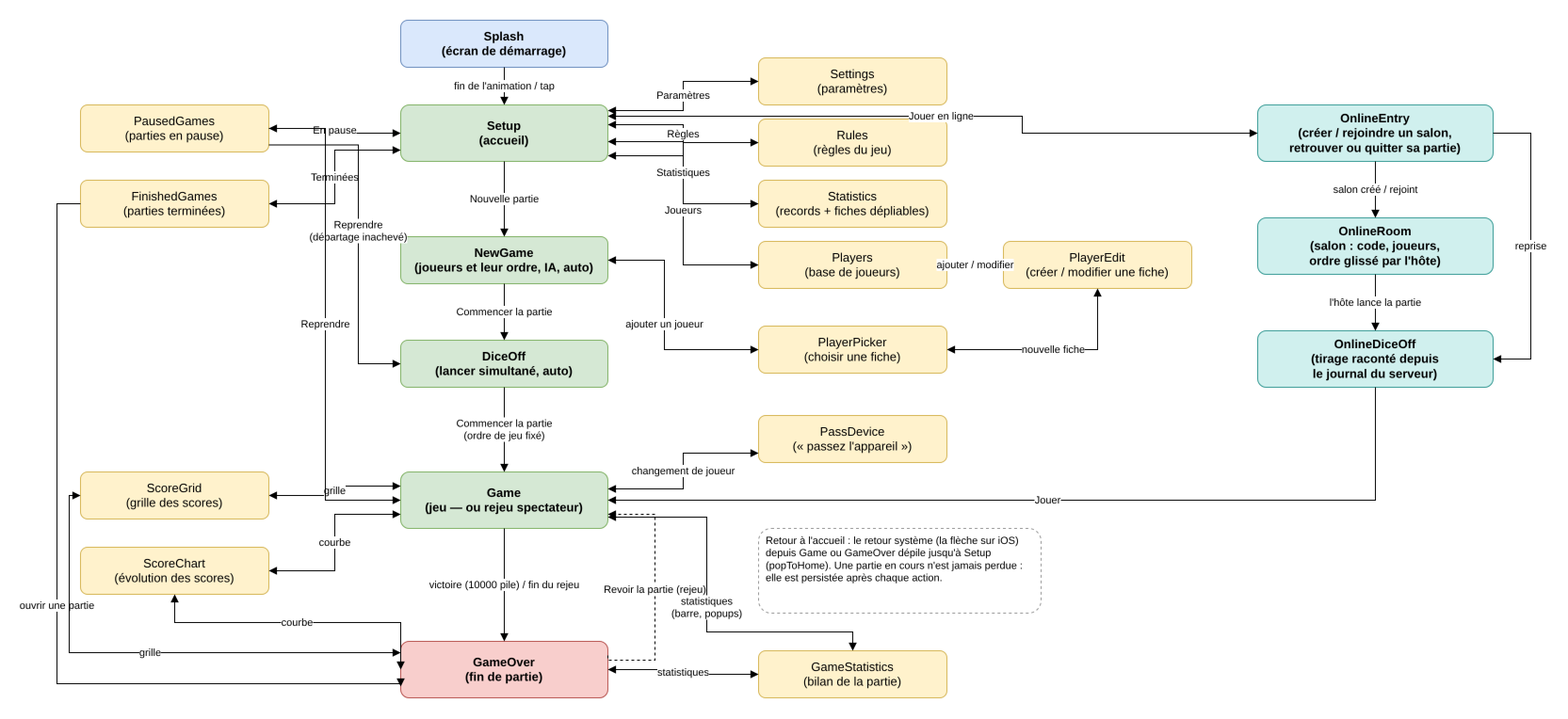
This is docs/screen-flow.png from microscotch/tenk, a draw.io export, as it was before one commit. Source tidied: cells renumbered, new cells last; positions are measured from the earlier drawing's top-left corner, leaving out a move shared by most shapes.
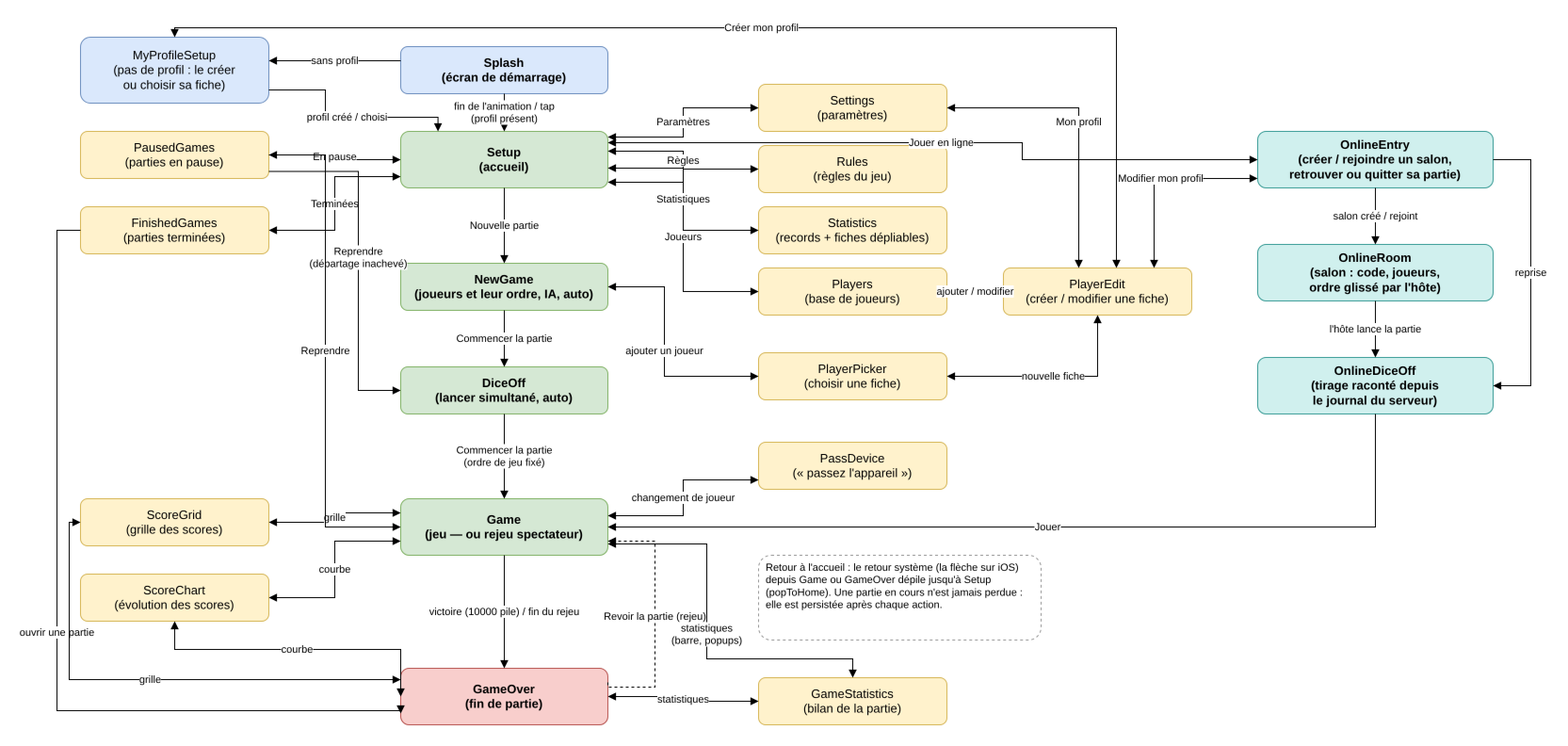
After the change.

Change to the diagram source:
```diff
@@ -59,7 +59,7 @@
     <mxCell id="20" value="Retour à l'accueil : le retour système (la flèche sur iOS) depuis Game ou GameOver dépile jusqu'à Setup (popToHome). Une partie en cours n'est jamais perdue : elle est persistée après chaque action." style="rounded=1;whiteSpace=wrap;html=1;fillColor=#ffffff;strokeColor=#999999;fontSize=11;align=left;verticalAlign=top;dashed=1;spacingLeft=6;" parent="1" vertex="1">
       <mxGeometry x="745" y="540" width="300" height="90" as="geometry" />
     </mxCell>
-    <mxCell id="21" value="fin de l'animation / tap" style="edgeStyle=orthogonalEdgeStyle;rounded=0;html=1;fontSize=11;endArrow=block;endFill=1;" parent="1" edge="1" source="2" target="3">
+    <mxCell id="21" value="fin de l'animation / tap&#10;(profil présent)" style="edgeStyle=orthogonalEdgeStyle;rounded=0;html=1;fontSize=11;endArrow=block;endFill=1;" parent="1" edge="1" source="2" target="3">
       <mxGeometry relative="1" as="geometry" />
     </mxCell>
     <mxCell id="22" value="Paramètres" style="edgeStyle=orthogonalEdgeStyle;rounded=0;html=1;fontSize=11;startArrow=block;startFill=1;endArrow=block;endFill=1;exitX=1;exitY=0.1;entryX=0;entryY=0.5;" parent="1" edge="1" source="3" target="7">
@@ -213,5 +213,42 @@
         </Array>
       </mxGeometry>
     </mxCell>
+    <mxCell id="54" value="MyProfileSetup&#10;(pas de profil : le créer&#10;ou choisir sa fiche)" style="rounded=1;whiteSpace=wrap;html=1;fillColor=#dae8fc;strokeColor=#6c8ebf;fontSize=13;" parent="1" vertex="1">
+      <mxGeometry x="25" y="-10" width="200" height="70" as="geometry" />
+    </mxCell>
+    <mxCell id="55" value="sans profil" style="edgeStyle=orthogonalEdgeStyle;rounded=0;html=1;fontSize=11;endArrow=block;endFill=1;labelBackgroundColor=#ffffff;exitX=0;exitY=0.3;entryX=1;entryY=0.357;" parent="1" edge="1" source="2" target="54">
+      <mxGeometry relative="1" as="geometry" />
+    </mxCell>
+    <mxCell id="56" value="profil créé / choisi" style="edgeStyle=orthogonalEdgeStyle;rounded=0;html=1;fontSize=11;endArrow=block;endFill=1;labelBackgroundColor=#ffffff;exitX=1;exitY=0.8;entryX=0.18;entryY=0;" parent="1" edge="1" source="54" target="3">
+      <mxGeometry relative="1" as="geometry">
+        <Array as="points">
+          <mxPoint x="285" y="46" />
+          <mxPoint x="285" y="75" />
+          <mxPoint x="405" y="75" />
+        </Array>
+      </mxGeometry>
+    </mxCell>
+    <mxCell id="57" value="Créer mon profil" style="edgeStyle=orthogonalEdgeStyle;rounded=0;html=1;fontSize=11;startArrow=block;startFill=1;endArrow=block;endFill=1;labelBackgroundColor=#ffffff;exitX=0.5;exitY=0;entryX=0.6;entryY=0;" parent="1" edge="1" source="54" target="10">
+      <mxGeometry relative="1" as="geometry">
+        <Array as="points">
+          <mxPoint x="125" y="-20" />
+          <mxPoint x="1125" y="-20" />
+        </Array>
+      </mxGeometry>
+    </mxCell>
+    <mxCell id="58" value="Mon profil" style="edgeStyle=orthogonalEdgeStyle;rounded=0;html=1;fontSize=11;startArrow=block;startFill=1;endArrow=block;endFill=1;labelBackgroundColor=#ffffff;exitX=1;exitY=0.5;entryX=0.4;entryY=0;" parent="1" edge="1" source="7" target="10">
+      <mxGeometry relative="1" as="geometry">
+        <Array as="points">
+          <mxPoint x="1085" y="65" />
+        </Array>
+      </mxGeometry>
+    </mxCell>
+    <mxCell id="59" value="Modifier mon profil" style="edgeStyle=orthogonalEdgeStyle;rounded=0;html=1;fontSize=11;startArrow=block;startFill=1;endArrow=block;endFill=1;labelBackgroundColor=#ffffff;exitX=0;exitY=0.833;entryX=0.8;entryY=0;" parent="1" edge="1" source="46" target="10">
+      <mxGeometry relative="1" as="geometry">
+        <Array as="points">
+          <mxPoint x="1165" y="140" />
+        </Array>
+      </mxGeometry>
+    </mxCell>
   </root>
 </mxGraphModel>
```
